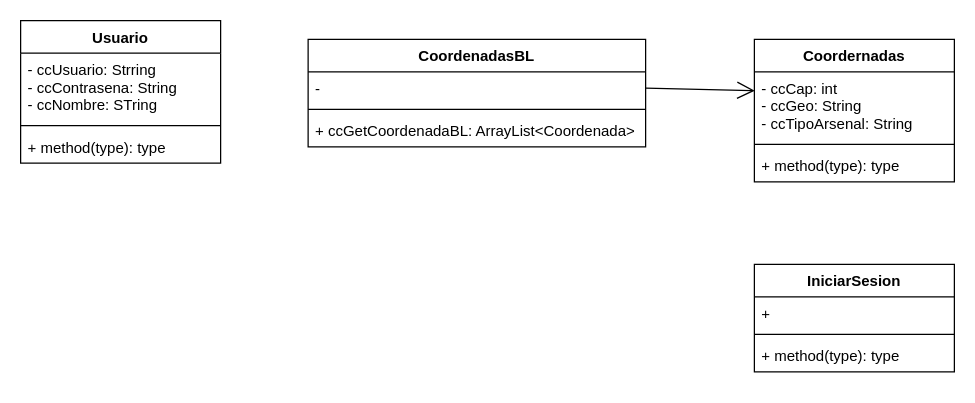
Above: page "PkgBL" (2 of 2) of digramaDeClases.drawio in JeffersonDaviid/Examen-Programaci-n-2 (draw.io), before the change. Source tidied: cells renumbered, new cells numbered last; positions are measured from the earlier drawing's top-left corner, leaving out a move shared by most shapes. Both pictures are drawn from the tidied source at 125%, with x=0, y=0 at pixel (20, 20).
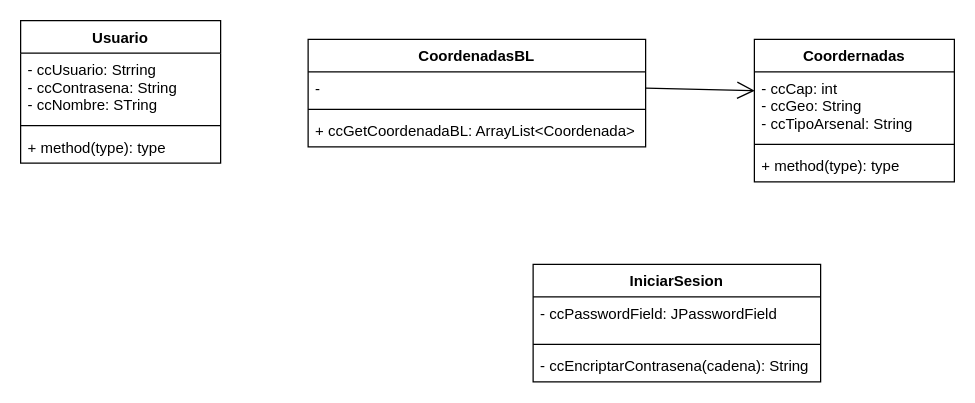
Above is the later version.

Diff of the diagram source:
```diff
@@
 <mxGraphModel>
   <root>
     <mxCell id="0" />
     <mxCell id="1" parent="0" />
     <mxCell id="2" value="Usuario" style="swimlane;fontStyle=1;align=center;verticalAlign=top;horizontal=1;startSize=26;" parent="1" vertex="1">
       <mxGeometry width="160" height="114" as="geometry" />
     </mxCell>
     <mxCell id="3" value="- ccUsuario: Strring&#10;- ccContrasena: String&#10;- ccNombre: STring" style="text;strokeColor=none;fillColor=none;align=left;verticalAlign=top;spacingLeft=4;spacingRight=4;overflow=hidden;" parent="2" vertex="1">
       <mxGeometry y="26" width="160" height="54" as="geometry" />
     </mxCell>
     <mxCell id="4" style="line;strokeWidth=1;fillColor=none;align=left;verticalAlign=middle;spacingTop=-1;spacingLeft=3;spacingRight=3;labelPosition=right;strokeColor=inherit;" parent="2" vertex="1">
       <mxGeometry y="80" width="160" height="8" as="geometry" />
     </mxCell>
     <mxCell id="5" value="+ method(type): type" style="text;strokeColor=none;fillColor=none;align=left;verticalAlign=top;spacingLeft=4;spacingRight=4;overflow=hidden;" parent="2" vertex="1">
       <mxGeometry y="88" width="160" height="26" as="geometry" />
     </mxCell>
     <mxCell id="6" value="Coordernadas" style="swimlane;fontStyle=1;align=center;verticalAlign=top;horizontal=1;startSize=26;" parent="1" vertex="1">
       <mxGeometry x="587" y="15" width="160" height="114" as="geometry" />
     </mxCell>
     <mxCell id="7" value="- ccCap: int&#10;- ccGeo: String&#10;- ccTipoArsenal: String" style="text;strokeColor=none;fillColor=none;align=left;verticalAlign=top;spacingLeft=4;spacingRight=4;overflow=hidden;points=[[0,0.5],[1,0.5]];portConstraint=eastwest;" parent="6" vertex="1">
       <mxGeometry y="26" width="160" height="54" as="geometry" />
     </mxCell>
     <mxCell id="8" style="line;strokeWidth=1;fillColor=none;align=left;verticalAlign=middle;spacingTop=-1;spacingLeft=3;spacingRight=3;labelPosition=right;strokeColor=inherit;" parent="6" vertex="1">
       <mxGeometry y="80" width="160" height="8" as="geometry" />
     </mxCell>
     <mxCell id="9" value="+ method(type): type" style="text;strokeColor=none;fillColor=none;align=left;verticalAlign=top;spacingLeft=4;spacingRight=4;overflow=hidden;" parent="6" vertex="1">
       <mxGeometry y="88" width="160" height="26" as="geometry" />
     </mxCell>
     <mxCell id="10" value="CoordenadasBL" style="swimlane;fontStyle=1;align=center;verticalAlign=top;horizontal=1;startSize=26;" parent="1" vertex="1">
       <mxGeometry x="230" y="15" width="270" height="86" as="geometry" />
     </mxCell>
     <mxCell id="11" value="-" style="text;strokeColor=none;fillColor=none;align=left;verticalAlign=top;spacingLeft=4;spacingRight=4;overflow=hidden;points=[[0,0.5],[1,0.5]];portConstraint=eastwest;" parent="10" vertex="1">
       <mxGeometry y="26" width="270" height="26" as="geometry" />
     </mxCell>
     <mxCell id="12" style="line;strokeWidth=1;fillColor=none;align=left;verticalAlign=middle;spacingTop=-1;spacingLeft=3;spacingRight=3;labelPosition=right;strokeColor=inherit;" parent="10" vertex="1">
       <mxGeometry y="52" width="270" height="8" as="geometry" />
     </mxCell>
     <mxCell id="13" value="+ ccGetCoordenadaBL: ArrayList&lt;Coordenada&gt;" style="text;strokeColor=none;fillColor=none;align=left;verticalAlign=top;spacingLeft=4;spacingRight=4;overflow=hidden;" parent="10" vertex="1">
       <mxGeometry y="60" width="270" height="26" as="geometry" />
     </mxCell>
     <mxCell id="14" style="endArrow=open;endFill=1;endSize=12;html=1;exitX=1;exitY=0.5;exitDx=0;exitDy=0;entryX=0.002;entryY=0.278;entryDx=0;entryDy=0;entryPerimeter=0;" parent="1" edge="1" source="11" target="7">
       <mxGeometry relative="1" as="geometry" />
     </mxCell>
     <mxCell id="15" value="IniciarSesion" style="swimlane;fontStyle=1;align=center;verticalAlign=top;horizontal=1;startSize=26;" parent="1" vertex="1">
-      <mxGeometry x="587" y="195" width="160" height="86" as="geometry" />
+      <mxGeometry x="410" y="195" width="230" height="94" as="geometry" />
     </mxCell>
-    <mxCell id="16" value="+  " style="text;strokeColor=none;fillColor=none;align=left;verticalAlign=top;spacingLeft=4;spacingRight=4;overflow=hidden;" parent="15" vertex="1">
-      <mxGeometry y="26" width="160" height="26" as="geometry" />
+    <mxCell id="16" value="- ccPasswordField: JPasswordField  " style="text;strokeColor=none;fillColor=none;align=left;verticalAlign=top;spacingLeft=4;spacingRight=4;overflow=hidden;" parent="15" vertex="1">
+      <mxGeometry y="26" width="230" height="34" as="geometry" />
     </mxCell>
     <mxCell id="17" style="line;strokeWidth=1;fillColor=none;align=left;verticalAlign=middle;spacingTop=-1;spacingLeft=3;spacingRight=3;labelPosition=right;strokeColor=inherit;" parent="15" vertex="1">
-      <mxGeometry y="52" width="160" height="8" as="geometry" />
+      <mxGeometry y="60" width="230" height="8" as="geometry" />
     </mxCell>
-    <mxCell id="18" value="+ method(type): type" style="text;strokeColor=none;fillColor=none;align=left;verticalAlign=top;spacingLeft=4;spacingRight=4;overflow=hidden;" parent="15" vertex="1">
-      <mxGeometry y="60" width="160" height="26" as="geometry" />
+    <mxCell id="18" value="- ccEncriptarContrasena(cadena): String " style="text;strokeColor=none;fillColor=none;align=left;verticalAlign=top;spacingLeft=4;spacingRight=4;overflow=hidden;" parent="15" vertex="1">
+      <mxGeometry y="68" width="230" height="26" as="geometry" />
     </mxCell>
   </root>
 </mxGraphModel>
```
